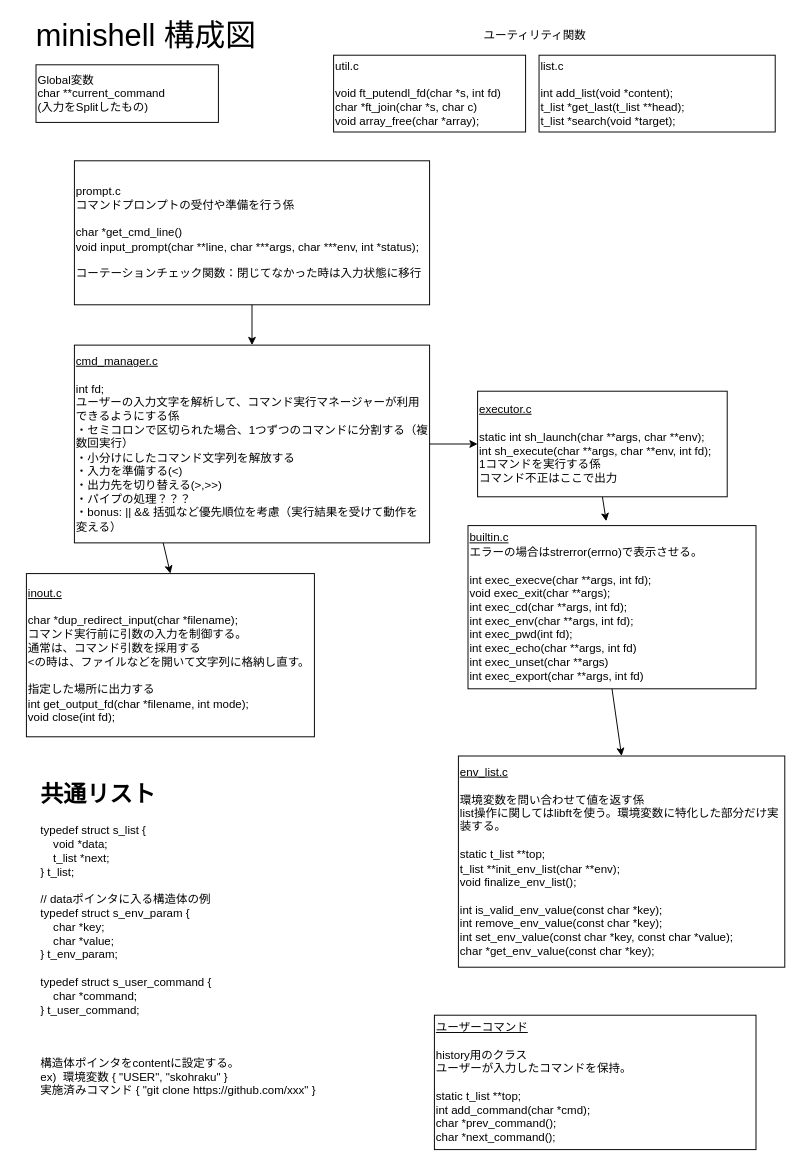
This is page "構成図" (1 of 2) of diagram.drawio from Toshiki-Nakamura/minishell, a draw.io file, before an edit. Source tidied: cells renumbered, new cells numbered last; positions are measured from the earlier drawing's top-left corner, leaving out a move shared by most shapes. Both pictures are drawn from the tidied source at 96%, with x=0, y=0 at pixel (16, 16).
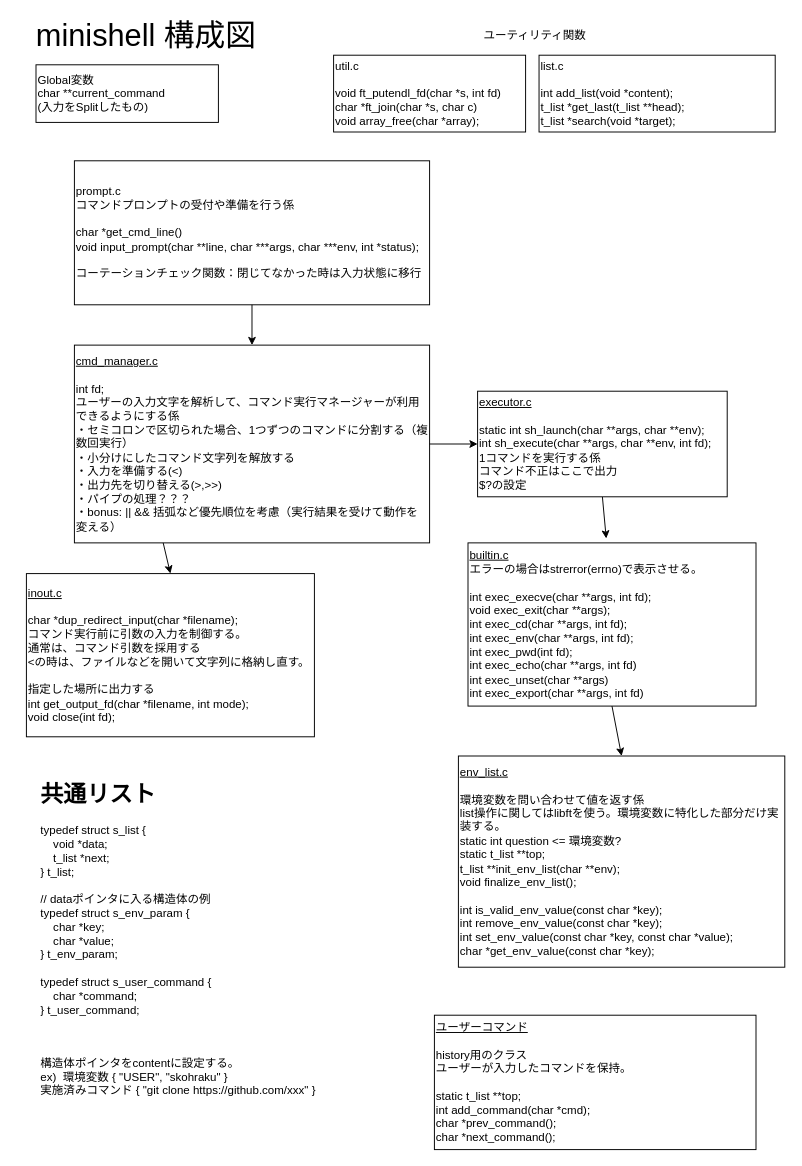
Above is the later version.

The edit, as a diff of the source:
```diff
@@
 <mxGraphModel>
   <root>
     <mxCell id="0" />
     <mxCell id="1" parent="0" />
     <mxCell id="2" value="minishell 構成図" style="text;html=1;strokeColor=none;fillColor=none;align=center;verticalAlign=middle;whiteSpace=wrap;rounded=0;fontSize=32;" parent="1" vertex="1">
       <mxGeometry width="270" height="40" as="geometry" />
     </mxCell>
     <mxCell id="3" value="prompt.c&lt;br&gt;コマンドプロンプトの受付や準備を行う係&lt;br&gt;&lt;br&gt;char *get_cmd_line()&lt;br&gt;void input_prompt(char **line, char ***args, char ***env, int *status);&lt;br&gt;&lt;br&gt;コーテーションチェック関数：閉じてなかった時は入力状態に移行" style="rounded=0;whiteSpace=wrap;html=1;align=left;" parent="1" vertex="1">
       <mxGeometry x="60" y="150" width="370" height="150" as="geometry" />
     </mxCell>
     <mxCell id="4" value="util.c&lt;br&gt;&lt;br&gt;void ft_putendl_fd(char *s, int fd)&lt;br&gt;char *ft_join(char *s, char c)&lt;br&gt;void array_free(char *array);" style="rounded=0;whiteSpace=wrap;html=1;align=left;" parent="1" vertex="1">
       <mxGeometry x="330" y="40" width="200" height="80" as="geometry" />
     </mxCell>
     <mxCell id="5" value="&lt;u&gt;builtin.c&lt;br&gt;&lt;/u&gt;エラーの場合はstrerror(errno)で表示させる。&lt;br&gt;&lt;br&gt;int exec_execve(char **args, int fd);&lt;br&gt;void exec_exit(char **args);&lt;br&gt;int exec_cd(char **args, int fd);&lt;br&gt;int exec_env(char **args, int fd);&lt;br&gt;int exec_pwd(int fd);&lt;br&gt;int exec_echo(char **args, int fd)&lt;br&gt;int exec_unset(char **args)&lt;br&gt;int exec_export(char **args, int fd)&amp;nbsp;" style="whiteSpace=wrap;html=1;align=left;" parent="1" vertex="1">
-      <mxGeometry x="470" y="530" width="300" height="170" as="geometry" />
+      <mxGeometry x="470" y="548" width="300" height="170" as="geometry" />
     </mxCell>
     <mxCell id="6" style="endArrow=classic;html=1;entryX=0.48;entryY=-0.027;entryDx=0;entryDy=0;exitX=0.5;exitY=1;exitDx=0;exitDy=0;entryPerimeter=0;" parent="1" edge="1" source="14" target="5">
       <mxGeometry relative="1" as="geometry" />
     </mxCell>
     <mxCell id="7" value="list.c&lt;br&gt;&lt;br&gt;int add_list(void *content);&lt;br&gt;t_list *get_last(t_list **head);&lt;br&gt;t_list *search(void *target);" style="rounded=0;whiteSpace=wrap;html=1;align=left;" parent="1" vertex="1">
       <mxGeometry x="544" y="40" width="246" height="80" as="geometry" />
     </mxCell>
     <mxCell id="8" value="&lt;h1&gt;共通リスト&lt;/h1&gt;&lt;p&gt;typedef struct s_list {&lt;br&gt;&lt;span&gt;&amp;nbsp; &amp;nbsp; void *data;&lt;br&gt;&amp;nbsp; &amp;nbsp; t_list *next;&lt;br&gt;} t_list;&lt;br&gt;&lt;br&gt;// dataポインタに入る構造体の例&lt;br&gt;typedef struct s_env_param {&lt;br&gt;&amp;nbsp; &amp;nbsp; char *key;&lt;br&gt;&amp;nbsp; &amp;nbsp; char *value;&lt;br&gt;} t_env_param;&lt;br&gt;&lt;br&gt;typedef struct s_user_command {&lt;br&gt;&amp;nbsp; &amp;nbsp; char *command;&lt;br&gt;} t_user_command;&lt;br&gt;&lt;br&gt;&lt;/span&gt;&lt;/p&gt;&lt;p&gt;&lt;span&gt;&lt;br&gt;構造体ポインタをcontentに設定する。&lt;br&gt;ex)&amp;nbsp; 環境変数 { &quot;USER&quot;, &quot;skohraku&quot; }&amp;nbsp;&lt;br&gt;実施済みコマンド { &quot;git clone https://github.com/xxx&quot; }&lt;br&gt;&lt;/span&gt;&lt;/p&gt;" style="text;html=1;strokeColor=none;fillColor=none;spacing=5;spacingTop=-20;whiteSpace=wrap;overflow=hidden;rounded=0;align=left;" parent="1" vertex="1">
       <mxGeometry x="20" y="790" width="370" height="370" as="geometry" />
     </mxCell>
-    <mxCell id="9" value="&lt;u&gt;env_list.c&lt;br&gt;&lt;/u&gt;&lt;br&gt;環境変数を問い合わせて値を返す係&lt;br&gt;list操作に関してはlibftを使う。環境変数に特化した部分だけ実装する。&lt;br&gt;&lt;br&gt;static t_list **top;&lt;br&gt;t_list **init_env_list(char **env);&lt;br&gt;void finalize_env_list();&lt;br&gt;&lt;br&gt;int is_valid_env_value(const char *key);&lt;br&gt;int remove_env_value(const char *key);&lt;br&gt;int set_env_value(const char *key, const char *value);&lt;br&gt;char *get_env_value(const char *key);" style="rounded=0;whiteSpace=wrap;html=1;align=left;" parent="1" vertex="1">
+    <mxCell id="9" value="&lt;u&gt;env_list.c&lt;br&gt;&lt;/u&gt;&lt;br&gt;環境変数を問い合わせて値を返す係&lt;br&gt;list操作に関してはlibftを使う。環境変数に特化した部分だけ実装する。&lt;br&gt;static int question &amp;lt;= 環境変数?&lt;br&gt;static t_list **top;&lt;br&gt;t_list **init_env_list(char **env);&lt;br&gt;void finalize_env_list();&lt;br&gt;&lt;br&gt;int is_valid_env_value(const char *key);&lt;br&gt;int remove_env_value(const char *key);&lt;br&gt;int set_env_value(const char *key, const char *value);&lt;br&gt;char *get_env_value(const char *key);" style="rounded=0;whiteSpace=wrap;html=1;align=left;" parent="1" vertex="1">
       <mxGeometry x="460" y="770" width="340" height="220" as="geometry" />
     </mxCell>
     <mxCell id="10" value="Global変数&lt;br&gt;char **current_command&lt;br&gt;(入力をSplitしたもの)" style="rounded=0;whiteSpace=wrap;html=1;align=left;" parent="1" vertex="1">
       <mxGeometry x="20" y="50" width="190" height="60" as="geometry" />
     </mxCell>
     <mxCell id="11" value="&lt;u&gt;cmd_manager.c&lt;/u&gt;&lt;br&gt;&lt;br&gt;int fd;&lt;br&gt;ユーザーの入力文字を解析して、コマンド実行マネージャーが利用できるようにする係&lt;br&gt;・セミコロンで区切られた場合、1つずつのコマンドに分割する（複数回実行）&lt;br&gt;・小分けにしたコマンド文字列を解放する&lt;br&gt;・入力を準備する(&amp;lt;)&lt;br&gt;・出力先を切り替える(&amp;gt;,&amp;gt;&amp;gt;)&lt;br&gt;・パイプの処理？？？&lt;br&gt;・bonus: || &amp;amp;&amp;amp; 括弧など優先順位を考慮（実行結果を受けて動作を変える）" style="whiteSpace=wrap;html=1;align=left;" parent="1" vertex="1">
       <mxGeometry x="60" y="342" width="370" height="206" as="geometry" />
     </mxCell>
     <mxCell id="12" style="endArrow=classic;html=1;entryX=0.5;entryY=0;entryDx=0;entryDy=0;exitX=0.5;exitY=1;exitDx=0;exitDy=0;" parent="1" edge="1" source="3" target="11">
       <mxGeometry relative="1" as="geometry" />
     </mxCell>
     <mxCell id="13" value="&lt;u&gt;inout.c&lt;br&gt;&lt;/u&gt;&lt;br&gt;char *dup_redirect_input(char *filename);&lt;br&gt;コマンド実行前に引数の入力を制御する。&lt;br&gt;通常は、コマンド引数を採用する&lt;br&gt;&amp;lt;の時は、ファイルなどを開いて文字列に格納し直す。&lt;br&gt;&lt;br&gt;指定した場所に出力する&lt;br&gt;int get_output_fd(char *filename, int mode);&lt;br&gt;void close(int fd);" style="whiteSpace=wrap;html=1;align=left;" parent="1" vertex="1">
       <mxGeometry x="10" y="580" width="300" height="170" as="geometry" />
     </mxCell>
-    <mxCell id="14" value="&lt;u&gt;executor.c&lt;/u&gt;&lt;br&gt;&lt;br&gt;static int sh_launch(char **args, char **env);&lt;br&gt;int sh_execute(char **args, char **env, int fd);&lt;br&gt;1コマンドを実行する係&lt;br&gt;コマンド不正はここで出力" style="whiteSpace=wrap;html=1;align=left;" parent="1" vertex="1">
+    <mxCell id="14" value="&lt;u&gt;executor.c&lt;/u&gt;&lt;br&gt;&lt;br&gt;static int sh_launch(char **args, char **env);&lt;br&gt;int sh_execute(char **args, char **env, int fd);&lt;br&gt;1コマンドを実行する係&lt;br&gt;コマンド不正はここで出力&lt;br&gt;$?の設定" style="whiteSpace=wrap;html=1;align=left;" parent="1" vertex="1">
       <mxGeometry x="480" y="390" width="260" height="110" as="geometry" />
     </mxCell>
     <mxCell id="15" style="endArrow=classic;html=1;exitX=0.25;exitY=1;exitDx=0;exitDy=0;entryX=0.5;entryY=0;entryDx=0;entryDy=0;" parent="1" edge="1" source="11" target="13">
       <mxGeometry relative="1" as="geometry" />
     </mxCell>
     <mxCell id="16" style="endArrow=classic;html=1;exitX=1;exitY=0.5;exitDx=0;exitDy=0;entryX=0;entryY=0.5;entryDx=0;entryDy=0;" parent="1" edge="1" source="11" target="14">
       <mxGeometry relative="1" as="geometry" />
     </mxCell>
     <mxCell id="17" value="ユーティリティ関数" style="text;html=1;strokeColor=none;fillColor=none;align=center;verticalAlign=middle;whiteSpace=wrap;rounded=0;" parent="1" vertex="1">
       <mxGeometry x="440" y="10" width="200" height="20" as="geometry" />
     </mxCell>
     <mxCell id="18" style="endArrow=classic;html=1;exitX=0.5;exitY=1;exitDx=0;exitDy=0;entryX=0.5;entryY=0;entryDx=0;entryDy=0;" parent="1" edge="1" source="5" target="9">
       <mxGeometry relative="1" as="geometry" />
     </mxCell>
     <mxCell id="19" value="&lt;u&gt;ユーザーコマンド&lt;/u&gt;&lt;br&gt;&lt;br&gt;history用のクラス&lt;br&gt;ユーザーが入力したコマンドを保持。&lt;br&gt;&lt;br&gt;static t_list **top;&lt;br&gt;int add_command(char *cmd);&lt;br&gt;char *prev_command();&lt;br&gt;char *next_command();" style="whiteSpace=wrap;html=1;align=left;" parent="1" vertex="1">
       <mxGeometry x="435" y="1040" width="335" height="140" as="geometry" />
     </mxCell>
   </root>
 </mxGraphModel>
```
